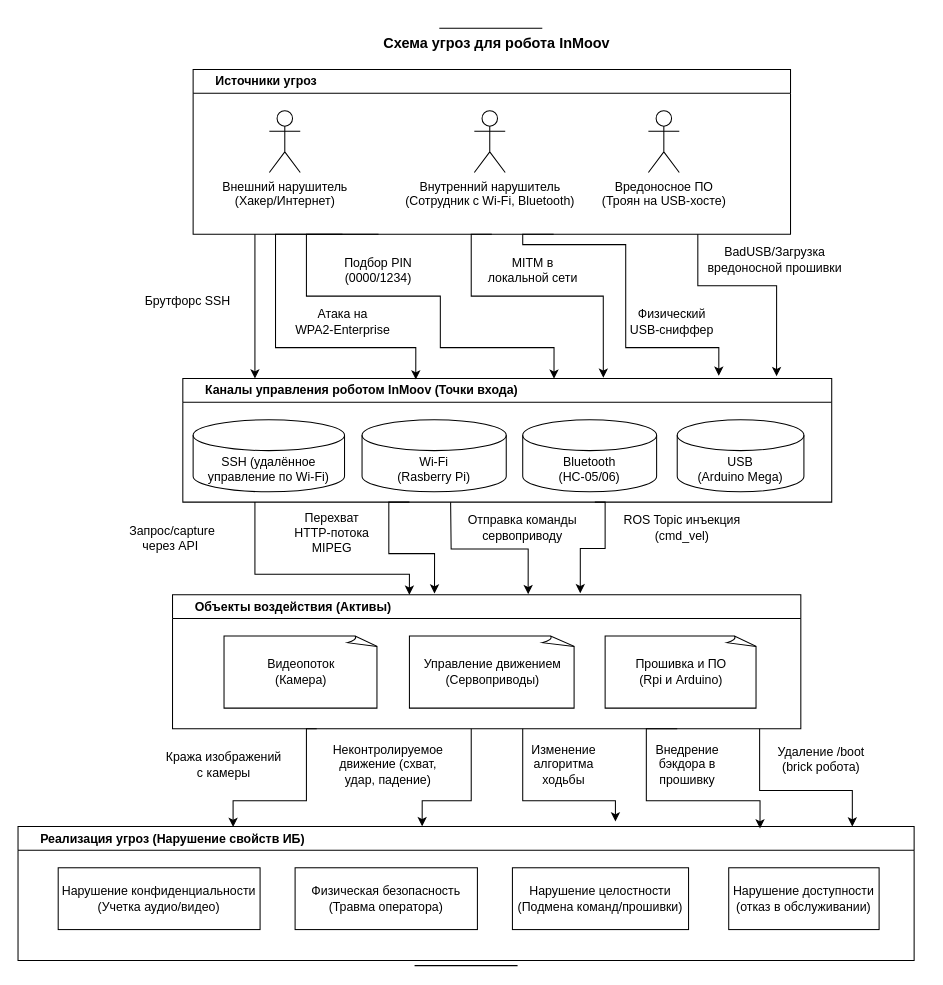
Discordiks/Buttons keeps this draw.io diagram as page "Схема угроз" (2 of 4) of Диаграмма без названия.drawio. Above is the earlier version. Source tidied: cells renumbered, new cells numbered last; positions are measured from the earlier drawing's top-left corner, leaving out a move shared by most shapes. Both pictures are drawn from the tidied source at 103%, with x=0, y=0 at pixel (18, 28).
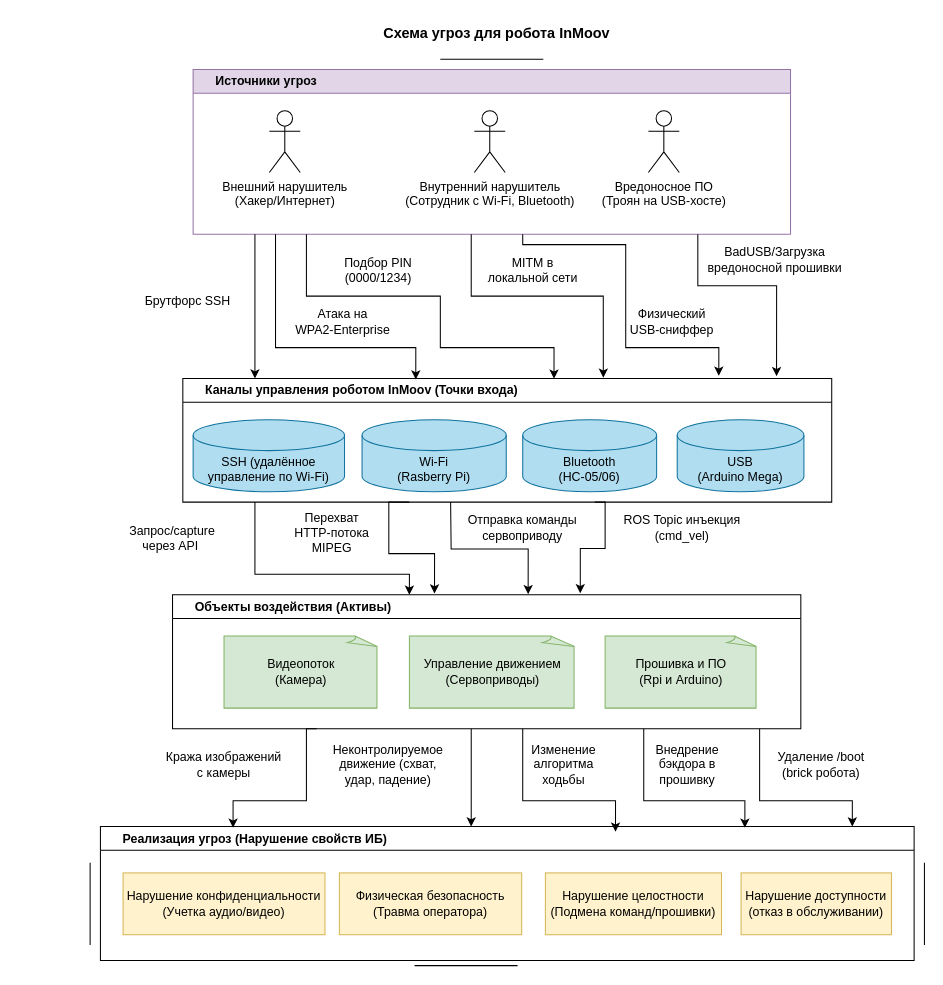
The same diagram, later.

The change refers to these unchanged cells:
```xml
<mxCell id="7" value="&amp;nbsp; &amp;nbsp; &amp;nbsp;&amp;nbsp;Объекты воздействия (Активы)" style="swimlane;whiteSpace=wrap;html=1;align=left;" parent="1" vertex="1">
  <mxGeometry x="150" y="550" width="610" height="130" as="geometry" />
</mxCell>
<mxCell id="11" value="&amp;nbsp; &amp;nbsp; &amp;nbsp;&amp;nbsp;Каналы управления роботом InMoov (Точки входа)" style="swimlane;whiteSpace=wrap;html=1;align=left;" parent="1" vertex="1">
  <mxGeometry x="160" y="340" width="630" height="120" as="geometry" />
</mxCell>
```

The edit, as a diff of the source:
```diff
@@
     <mxCell id="2" value="&amp;nbsp; &amp;nbsp; &amp;nbsp;&amp;nbsp;Реализация угроз (Нарушение свойств ИБ)" style="swimlane;whiteSpace=wrap;html=1;align=left;" parent="1" vertex="1">
-      <mxGeometry y="775" width="870" height="130" as="geometry" />
+      <mxGeometry x="80" y="775" width="790" height="130" as="geometry" />
     </mxCell>
-    <mxCell id="3" value="Нарушение конфиденциальности&lt;div&gt;(Учетка аудио/видео)&lt;/div&gt;" style="rounded=0;whiteSpace=wrap;html=1;" parent="2" vertex="1">
-      <mxGeometry x="39" y="40" width="196" height="60" as="geometry" />
+    <mxCell id="3" value="Нарушение конфиденциальности&lt;div&gt;(Учетка аудио/видео)&lt;/div&gt;" style="rounded=0;whiteSpace=wrap;html=1;fillColor=#fff2cc;strokeColor=#d6b656;" parent="2" vertex="1">
+      <mxGeometry x="22" y="45" width="196" height="60" as="geometry" />
     </mxCell>
-    <mxCell id="4" value="Физическая безопасность&lt;div&gt;(Травма оператора)&lt;/div&gt;" style="rounded=0;whiteSpace=wrap;html=1;" parent="2" vertex="1">
-      <mxGeometry x="269" y="40" width="177" height="60" as="geometry" />
+    <mxCell id="4" value="Физическая безопасность&lt;div&gt;(Травма оператора)&lt;/div&gt;" style="rounded=0;whiteSpace=wrap;html=1;fillColor=#fff2cc;strokeColor=#d6b656;" parent="2" vertex="1">
+      <mxGeometry x="232" y="45" width="177" height="60" as="geometry" />
     </mxCell>
-    <mxCell id="5" value="Нарушение целостности&lt;div&gt;(Подмена команд/прошивки)&lt;/div&gt;" style="rounded=0;whiteSpace=wrap;html=1;" parent="2" vertex="1">
-      <mxGeometry x="480" y="40" width="171" height="60" as="geometry" />
+    <mxCell id="5" value="Нарушение целостности&lt;div&gt;(Подмена команд/прошивки)&lt;/div&gt;" style="rounded=0;whiteSpace=wrap;html=1;fillColor=#fff2cc;strokeColor=#d6b656;" parent="2" vertex="1">
+      <mxGeometry x="432" y="45" width="171" height="60" as="geometry" />
     </mxCell>
-    <mxCell id="6" value="Нарушение доступности&lt;div&gt;(отказ в обслуживании)&lt;/div&gt;" style="rounded=0;whiteSpace=wrap;html=1;" parent="2" vertex="1">
-      <mxGeometry x="690" y="40" width="146" height="60" as="geometry" />
+    <mxCell id="6" value="Нарушение доступности&lt;div&gt;(отказ в обслуживании)&lt;/div&gt;" style="rounded=0;whiteSpace=wrap;html=1;fillColor=#fff2cc;strokeColor=#d6b656;" parent="2" vertex="1">
+      <mxGeometry x="622" y="45" width="146" height="60" as="geometry" />
     </mxCell>
@@
-    <mxCell id="8" value="Видеопоток&lt;div&gt;(Камера)&lt;/div&gt;" style="whiteSpace=wrap;html=1;shape=mxgraph.basic.document;" parent="7" vertex="1">
+    <mxCell id="8" value="Видеопоток&lt;div&gt;(Камера)&lt;/div&gt;" style="whiteSpace=wrap;html=1;shape=mxgraph.basic.document;fillColor=#d5e8d4;strokeColor=#82b366;" parent="7" vertex="1">
       <mxGeometry x="50" y="40" width="150" height="70" as="geometry" />
     </mxCell>
-    <mxCell id="9" value="Управление движением&lt;div&gt;(Сервоприводы)&lt;/div&gt;" style="whiteSpace=wrap;html=1;shape=mxgraph.basic.document;" parent="7" vertex="1">
+    <mxCell id="9" value="Управление движением&lt;div&gt;(Сервоприводы)&lt;/div&gt;" style="whiteSpace=wrap;html=1;shape=mxgraph.basic.document;fillColor=#d5e8d4;strokeColor=#82b366;" parent="7" vertex="1">
       <mxGeometry x="230" y="40" width="161.5" height="70" as="geometry" />
     </mxCell>
-    <mxCell id="10" value="Прошивка и ПО&lt;div&gt;(Rpi и Arduino)&lt;/div&gt;" style="whiteSpace=wrap;html=1;shape=mxgraph.basic.document;" parent="7" vertex="1">
+    <mxCell id="10" value="Прошивка и ПО&lt;div&gt;(Rpi и Arduino)&lt;/div&gt;" style="whiteSpace=wrap;html=1;shape=mxgraph.basic.document;fillColor=#d5e8d4;strokeColor=#82b366;" parent="7" vertex="1">
       <mxGeometry x="420" y="40" width="148" height="70" as="geometry" />
     </mxCell>
@@
-    <mxCell id="12" value="SSH (удалённое управление по Wi-Fi)" style="shape=cylinder3;whiteSpace=wrap;html=1;boundedLbl=1;backgroundOutline=1;size=15;" parent="11" vertex="1">
+    <mxCell id="12" value="SSH (удалённое управление по Wi-Fi)" style="shape=cylinder3;whiteSpace=wrap;html=1;boundedLbl=1;backgroundOutline=1;size=15;fillColor=#b1ddf0;strokeColor=#10739e;" parent="11" vertex="1">
       <mxGeometry x="10" y="40" width="147" height="70" as="geometry" />
     </mxCell>
-    <mxCell id="13" value="Wi-Fi&lt;div&gt;(Rasberry Pi)&lt;/div&gt;" style="shape=cylinder3;whiteSpace=wrap;html=1;boundedLbl=1;backgroundOutline=1;size=15;" parent="11" vertex="1">
+    <mxCell id="13" value="Wi-Fi&lt;div&gt;(Rasberry Pi)&lt;/div&gt;" style="shape=cylinder3;whiteSpace=wrap;html=1;boundedLbl=1;backgroundOutline=1;size=15;fillColor=#b1ddf0;strokeColor=#10739e;" parent="11" vertex="1">
       <mxGeometry x="174" y="40" width="140" height="70" as="geometry" />
     </mxCell>
-    <mxCell id="14" value="Bluetooth&lt;div&gt;(HC-05/06)&lt;/div&gt;" style="shape=cylinder3;whiteSpace=wrap;html=1;boundedLbl=1;backgroundOutline=1;size=15;" parent="11" vertex="1">
+    <mxCell id="14" value="Bluetooth&lt;div&gt;(HC-05/06)&lt;/div&gt;" style="shape=cylinder3;whiteSpace=wrap;html=1;boundedLbl=1;backgroundOutline=1;size=15;fillColor=#b1ddf0;strokeColor=#10739e;" parent="11" vertex="1">
       <mxGeometry x="330" y="40" width="130" height="70" as="geometry" />
     </mxCell>
-    <mxCell id="15" value="&lt;div&gt;USB&lt;/div&gt;&lt;div&gt;(Arduino Mega)&lt;/div&gt;" style="shape=cylinder3;whiteSpace=wrap;html=1;boundedLbl=1;backgroundOutline=1;size=15;" parent="11" vertex="1">
+    <mxCell id="15" value="&lt;div&gt;USB&lt;/div&gt;&lt;div&gt;(Arduino Mega)&lt;/div&gt;" style="shape=cylinder3;whiteSpace=wrap;html=1;boundedLbl=1;backgroundOutline=1;size=15;fillColor=#b1ddf0;strokeColor=#10739e;" parent="11" vertex="1">
       <mxGeometry x="480" y="40" width="123" height="70" as="geometry" />
     </mxCell>
-    <mxCell id="16" value="&amp;nbsp; &amp;nbsp; &amp;nbsp; Источники угроз" style="swimlane;whiteSpace=wrap;html=1;align=left;" parent="1" vertex="1">
+    <mxCell id="16" value="&amp;nbsp; &amp;nbsp; &amp;nbsp; Источники угроз" style="swimlane;whiteSpace=wrap;html=1;align=left;fillColor=#e1d5e7;strokeColor=#9673a6;" parent="1" vertex="1">
       <mxGeometry x="170" y="40" width="580" height="160" as="geometry" />
     </mxCell>
@@
-    <mxCell id="22" style="endArrow=classic;html=1;rounded=0;entryX=0.359;entryY=0.008;entryDx=0;entryDy=0;entryPerimeter=0;exitX=0.25;exitY=1;exitDx=0;exitDy=0;edgeStyle=orthogonalEdgeStyle;" parent="1" edge="1" source="16" target="11">
+    <mxCell id="22" style="endArrow=classic;html=1;rounded=0;entryX=0.359;entryY=0.008;entryDx=0;entryDy=0;entryPerimeter=0;edgeStyle=orthogonalEdgeStyle;" parent="1" edge="1" target="11">
       <mxGeometry relative="1" as="geometry">
+        <mxPoint x="250" y="200" as="sourcePoint" />
         <Array as="points">
           <mxPoint x="250" y="200" />
           <mxPoint x="250" y="310" />
           <mxPoint x="386" y="310" />
         </Array>
       </mxGeometry>
     </mxCell>
@@
     <mxCell id="24" style="endArrow=classic;html=1;rounded=0;entryX=0.572;entryY=0.001;entryDx=0;entryDy=0;entryPerimeter=0;edgeStyle=orthogonalEdgeStyle;" parent="1" edge="1" target="11">
       <mxGeometry relative="1" as="geometry">
-        <mxPoint x="350" y="200" as="sourcePoint" />
+        <mxPoint x="280" y="200" as="sourcePoint" />
         <Array as="points">
           <mxPoint x="280" y="200" />
           <mxPoint x="280" y="260" />
           <mxPoint x="410" y="260" />
           <mxPoint x="410" y="310" />
           <mxPoint x="520" y="310" />
         </Array>
       </mxGeometry>
     </mxCell>
@@
-    <mxCell id="26" style="endArrow=classic;html=1;rounded=0;exitX=0.5;exitY=1;exitDx=0;exitDy=0;entryX=0.648;entryY=-0.006;entryDx=0;entryDy=0;entryPerimeter=0;edgeStyle=orthogonalEdgeStyle;" parent="1" edge="1" source="16" target="11">
+    <mxCell id="26" style="endArrow=classic;html=1;rounded=0;entryX=0.648;entryY=-0.006;entryDx=0;entryDy=0;entryPerimeter=0;edgeStyle=orthogonalEdgeStyle;" parent="1" edge="1" target="11">
       <mxGeometry relative="1" as="geometry">
+        <mxPoint x="440" y="200" as="sourcePoint" />
         <Array as="points">
           <mxPoint x="440" y="200" />
           <mxPoint x="440" y="260" />
           <mxPoint x="568" y="260" />
         </Array>
       </mxGeometry>
     </mxCell>
@@
     <mxCell id="28" style="endArrow=classic;html=1;rounded=0;entryX=0.826;entryY=-0.022;entryDx=0;entryDy=0;entryPerimeter=0;edgeStyle=orthogonalEdgeStyle;" parent="1" edge="1" target="11">
       <mxGeometry relative="1" as="geometry">
-        <mxPoint x="520" y="200" as="sourcePoint" />
+        <mxPoint x="490" y="200" as="sourcePoint" />
         <Array as="points">
           <mxPoint x="490" y="200" />
           <mxPoint x="490" y="210" />
           <mxPoint x="590" y="210" />
           <mxPoint x="590" y="310" />
           <mxPoint x="680" y="310" />
         </Array>
       </mxGeometry>
     </mxCell>
@@
-    <mxCell id="44" style="endArrow=classic;html=1;rounded=0;entryX=0.24;entryY=0.003;entryDx=0;entryDy=0;entryPerimeter=0;edgeStyle=orthogonalEdgeStyle;" parent="1" edge="1" target="2">
+    <mxCell id="44" style="endArrow=classic;html=1;rounded=0;entryX=0.163;entryY=0.009;entryDx=0;entryDy=0;entryPerimeter=0;edgeStyle=orthogonalEdgeStyle;" parent="1" edge="1" target="2">
       <mxGeometry relative="1" as="geometry">
         <mxPoint x="290" y="680" as="sourcePoint" />
         <Array as="points">
           <mxPoint x="280" y="680" />
           <mxPoint x="280" y="750" />
           <mxPoint x="209" y="750" />
         </Array>
       </mxGeometry>
     </mxCell>
-    <mxCell id="45" style="endArrow=classic;html=1;rounded=0;entryX=0.451;entryY=-0.002;entryDx=0;entryDy=0;entryPerimeter=0;edgeStyle=orthogonalEdgeStyle;" parent="1" edge="1" target="2">
+    <mxCell id="45" style="endArrow=classic;html=1;rounded=0;edgeStyle=orthogonalEdgeStyle;" parent="1" edge="1">
       <mxGeometry relative="1" as="geometry">
         <mxPoint x="440" y="680" as="sourcePoint" />
+        <mxPoint x="440" y="775" as="targetPoint" />
         <Array as="points">
           <mxPoint x="440" y="680" />
           <mxPoint x="440" y="750" />
           <mxPoint x="392" y="750" />
         </Array>
       </mxGeometry>
     </mxCell>
-    <mxCell id="46" style="endArrow=classic;html=1;rounded=0;edgeStyle=orthogonalEdgeStyle;" parent="1" edge="1">
+    <mxCell id="46" style="endArrow=classic;html=1;rounded=0;edgeStyle=orthogonalEdgeStyle;entryX=0.633;entryY=0.038;entryDx=0;entryDy=0;entryPerimeter=0;" parent="1" edge="1" target="2">
       <mxGeometry relative="1" as="geometry">
         <mxPoint x="490" y="680" as="sourcePoint" />
-        <mxPoint x="580" y="770" as="targetPoint" />
         <Array as="points">
           <mxPoint x="490" y="750" />
           <mxPoint x="580" y="750" />
         </Array>
       </mxGeometry>
     </mxCell>
-    <mxCell id="47" style="endArrow=classic;html=1;rounded=0;entryX=0.828;entryY=0.014;entryDx=0;entryDy=0;entryPerimeter=0;edgeStyle=orthogonalEdgeStyle;" parent="1" edge="1" target="2">
-      <mxGeometry relative="1" as="geometry">
-        <mxPoint x="640" y="680" as="sourcePoint" />
-        <Array as="points">
-          <mxPoint x="610" y="680" />
-          <mxPoint x="610" y="750" />
-          <mxPoint x="720" y="750" />
-        </Array>
-      </mxGeometry>
-    </mxCell>
     <mxCell id="48" style="endArrow=classic;html=1;rounded=0;edgeStyle=orthogonalEdgeStyle;" parent="1" edge="1">
       <mxGeometry relative="1" as="geometry">
         <mxPoint x="720" y="680" as="sourcePoint" />
         <mxPoint x="810" y="775" as="targetPoint" />
         <Array as="points">
-          <mxPoint x="720" y="740" />
-          <mxPoint x="810" y="740" />
+          <mxPoint x="720" y="750" />
+          <mxPoint x="810" y="750" />
         </Array>
       </mxGeometry>
     </mxCell>
     <mxCell id="49" value="Удаление /boot (brick робота)" style="text;html=1;whiteSpace=wrap;strokeColor=none;fillColor=none;align=center;verticalAlign=middle;rounded=0;" parent="1" vertex="1">
-      <mxGeometry x="730" y="695" width="100" height="30" as="geometry" />
+      <mxGeometry x="730" y="700" width="100" height="30" as="geometry" />
     </mxCell>
     <mxCell id="50" value="&lt;b&gt;&lt;font style=&quot;font-size: 14px;&quot;&gt;Схема угроз для робота InMoov&lt;/font&gt;&lt;/b&gt;" style="text;html=1;whiteSpace=wrap;strokeColor=none;fillColor=none;align=center;verticalAlign=middle;rounded=0;" parent="1" vertex="1">
-      <mxGeometry x="300" width="330" height="30" as="geometry" />
+      <mxGeometry x="300" y="-10" width="330" height="30" as="geometry" />
     </mxCell>
     <mxCell id="51" style="endArrow=none;html=1;rounded=0;" parent="1" edge="1">
       <mxGeometry relative="1" as="geometry">
-        <mxPoint x="409" as="sourcePoint" />
-        <mxPoint x="509" as="targetPoint" />
+        <mxPoint x="410" y="30" as="sourcePoint" />
+        <mxPoint x="510" y="30" as="targetPoint" />
         <Array as="points">
-          <mxPoint x="459" />
+          <mxPoint x="460" y="30" />
         </Array>
       </mxGeometry>
     </mxCell>
@@
+    <mxCell id="53" style="endArrow=none;html=1;rounded=0;" parent="1" edge="1">
+      <mxGeometry relative="1" as="geometry">
+        <mxPoint x="70" y="810" as="sourcePoint" />
+        <mxPoint x="70" y="890" as="targetPoint" />
+      </mxGeometry>
+    </mxCell>
+    <mxCell id="54" style="edgeStyle=orthogonalEdgeStyle;rounded=0;jettySize=auto;html=1;exitX=0.75;exitY=1;exitDx=0;exitDy=0;entryX=0.792;entryY=0.009;entryDx=0;entryDy=0;entryPerimeter=0;" parent="1" edge="1" source="7" target="2">
+      <mxGeometry relative="1" as="geometry">
+        <Array as="points">
+          <mxPoint x="608" y="750" />
+          <mxPoint x="706" y="750" />
+        </Array>
+      </mxGeometry>
+    </mxCell>
+    <mxCell id="55" style="endArrow=none;html=1;rounded=0;" parent="1" edge="1">
+      <mxGeometry relative="1" as="geometry">
+        <mxPoint x="880" y="810" as="sourcePoint" />
+        <mxPoint x="880" y="890" as="targetPoint" />
+      </mxGeometry>
+    </mxCell>
```
